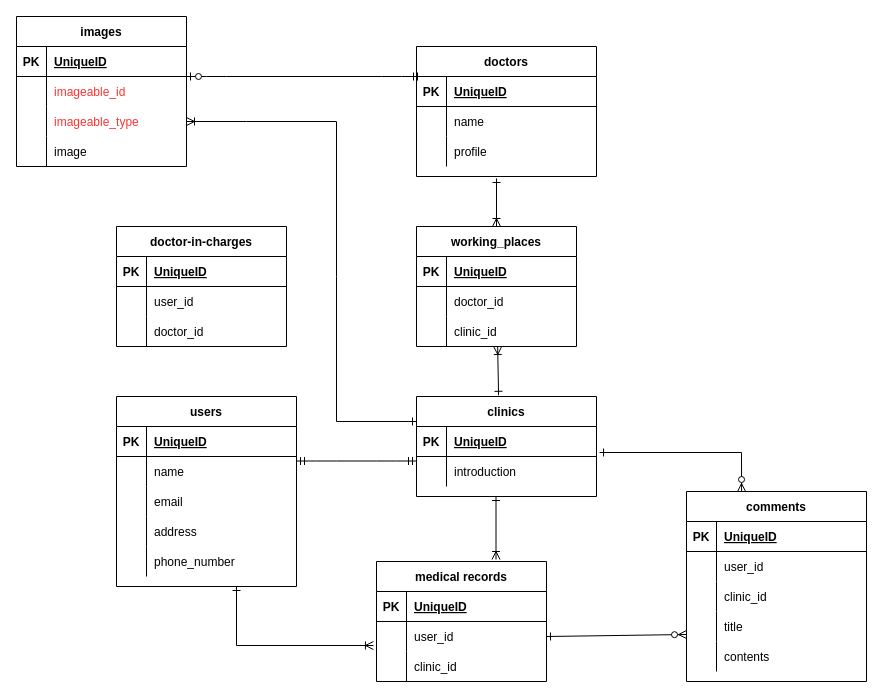
Before: page "help_doctor" (4 of 4) of Untitled Diagram.drawio in Sec-il-n/dic_guraduate_parts, a draw.io diagram. Source tidied: cells renumbered, new cells numbered last; positions are measured from the earlier drawing's top-left corner, leaving out a move shared by most shapes. Both pictures are drawn from the tidied source at 100%, with x=0, y=0 at pixel (16, 16).
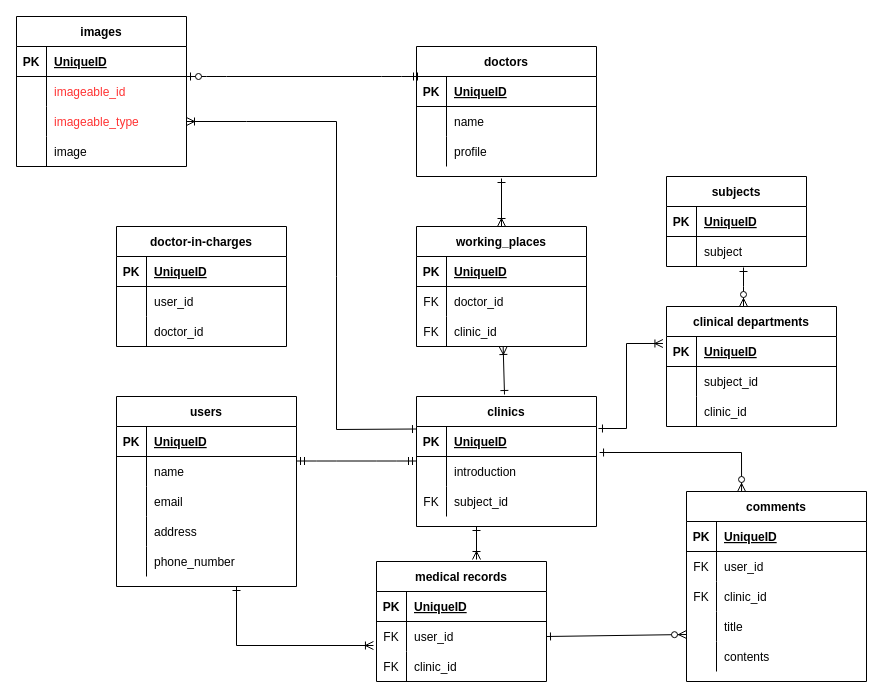
After the change.

Commit message:
Untitled Diagram.drawio を更新します

Unchanged cells that the change refers to:
```xml
<mxCell id="25" style="shape=partialRectangle;fillColor=none;top=0;left=0;bottom=0;right=0;points=[[0,0.5],[1,0.5]];portConstraint=eastwest;" parent="18" vertex="1">
  <mxGeometry y="90" width="170" height="30" as="geometry" />
</mxCell>
<mxCell id="32" style="shape=partialRectangle;fillColor=none;top=0;left=0;bottom=1;right=0;points=[[0,0.5],[1,0.5]];portConstraint=eastwest;" parent="31" vertex="1">
  <mxGeometry y="30" width="180" height="30" as="geometry" />
</mxCell>
<mxCell id="67" style="shape=partialRectangle;fillColor=none;top=0;left=0;bottom=0;right=0;points=[[0,0.5],[1,0.5]];portConstraint=eastwest;" parent="63" vertex="1">
  <mxGeometry y="60" width="170" height="30" as="geometry" />
</mxCell>
<mxCell id="70" style="shape=partialRectangle;fillColor=none;top=0;left=0;bottom=0;right=0;" parent="63" vertex="1">
  <mxGeometry y="90" width="170" height="30" as="geometry" />
</mxCell>
<mxCell id="89" style="shape=partialRectangle;fillColor=none;top=0;left=0;bottom=0;right=0;" parent="85" vertex="1">
  <mxGeometry y="60" width="180" height="30" as="geometry" />
</mxCell>
<mxCell id="92" style="shape=partialRectangle;fillColor=none;top=0;left=0;bottom=0;right=0;" parent="85" vertex="1">
  <mxGeometry y="90" width="180" height="30" as="geometry" />
</mxCell>
```

The edit, as a diff of the source:
```diff
@@
     <mxCell id="31" value="clinics" style="shape=table;startSize=30;childLayout=tableLayout;rowLines=0;fontStyle=1;align=center;" parent="1" vertex="1">
-      <mxGeometry x="400" y="380" width="180" height="100" as="geometry" />
+      <mxGeometry x="400" y="380" width="180" height="130" as="geometry" />
     </mxCell>
@@
+    <mxCell id="103" style="shape=partialRectangle;fillColor=none;top=0;left=0;bottom=0;right=0;" parent="31" vertex="1">
+      <mxGeometry y="90" width="180" height="30" as="geometry" />
+    </mxCell>
+    <mxCell id="104" value="FK" style="shape=partialRectangle;fillColor=none;top=0;left=0;bottom=0;right=0;overflow=hidden;" parent="103" vertex="1">
+      <mxGeometry width="30" height="30" as="geometry" />
+    </mxCell>
+    <mxCell id="105" value="subject_id" style="shape=partialRectangle;fillColor=none;top=0;left=0;bottom=0;right=0;align=left;spacingLeft=6;overflow=hidden;" parent="103" vertex="1">
+      <mxGeometry x="30" width="150" height="30" as="geometry" />
+    </mxCell>
@@
-    <mxCell id="48" style="endArrow=ERoneToMany;html=1;rounded=0;fontColor=#000000;endFill=0;startArrow=ERone;startFill=0;exitX=0.456;exitY=-0.012;exitDx=0;exitDy=0;exitPerimeter=0;" parent="1" edge="1" source="31" target="50">
-      <mxGeometry relative="1" as="geometry" />
+    <mxCell id="48" style="endArrow=ERoneToMany;html=1;rounded=0;fontColor=#000000;endFill=0;startArrow=ERone;startFill=0;" parent="1" edge="1" target="50">
+      <mxGeometry relative="1" as="geometry">
+        <mxPoint x="488" y="378" as="sourcePoint" />
+      </mxGeometry>
     </mxCell>
@@
     <mxCell id="50" value="working_places" style="shape=table;startSize=30;childLayout=tableLayout;rowLines=0;fontStyle=1;align=center;" parent="1" vertex="1">
-      <mxGeometry x="400" y="210" width="160" height="120" as="geometry" />
+      <mxGeometry x="400" y="210" width="170" height="120" as="geometry" />
     </mxCell>
     <mxCell id="51" style="shape=partialRectangle;fillColor=none;top=0;left=0;bottom=1;right=0;" parent="50" vertex="1">
-      <mxGeometry y="30" width="160" height="30" as="geometry" />
+      <mxGeometry y="30" width="170" height="30" as="geometry" />
     </mxCell>
@@
     <mxCell id="53" value="UniqueID" style="shape=partialRectangle;fillColor=none;top=0;left=0;bottom=0;right=0;align=left;spacingLeft=6;fontStyle=5;overflow=hidden;" parent="51" vertex="1">
-      <mxGeometry x="30" width="130" height="30" as="geometry" />
+      <mxGeometry x="30" width="140" height="30" as="geometry" />
     </mxCell>
     <mxCell id="54" style="shape=partialRectangle;fillColor=none;top=0;left=0;bottom=0;right=0;" parent="50" vertex="1">
-      <mxGeometry y="60" width="160" height="30" as="geometry" />
+      <mxGeometry y="60" width="170" height="30" as="geometry" />
     </mxCell>
-    <mxCell id="55" style="shape=partialRectangle;fillColor=none;top=0;left=0;bottom=0;right=0;overflow=hidden;" parent="54" vertex="1">
+    <mxCell id="55" value="FK" style="shape=partialRectangle;fillColor=none;top=0;left=0;bottom=0;right=0;overflow=hidden;" parent="54" vertex="1">
       <mxGeometry width="30" height="30" as="geometry" />
     </mxCell>
     <mxCell id="56" value="doctor_id" style="shape=partialRectangle;fillColor=none;top=0;left=0;bottom=0;right=0;align=left;spacingLeft=6;overflow=hidden;" parent="54" vertex="1">
-      <mxGeometry x="30" width="130" height="30" as="geometry" />
+      <mxGeometry x="30" width="140" height="30" as="geometry" />
     </mxCell>
     <mxCell id="57" style="shape=partialRectangle;fillColor=none;top=0;left=0;bottom=0;right=0;" parent="50" vertex="1">
-      <mxGeometry y="90" width="160" height="30" as="geometry" />
+      <mxGeometry y="90" width="170" height="30" as="geometry" />
     </mxCell>
-    <mxCell id="58" style="shape=partialRectangle;fillColor=none;top=0;left=0;bottom=0;right=0;overflow=hidden;" parent="57" vertex="1">
+    <mxCell id="58" value="FK" style="shape=partialRectangle;fillColor=none;top=0;left=0;bottom=0;right=0;overflow=hidden;" parent="57" vertex="1">
       <mxGeometry width="30" height="30" as="geometry" />
     </mxCell>
     <mxCell id="59" value="clinic_id" style="shape=partialRectangle;fillColor=none;top=0;left=0;bottom=0;right=0;align=left;spacingLeft=6;overflow=hidden;" parent="57" vertex="1">
-      <mxGeometry x="30" width="130" height="30" as="geometry" />
+      <mxGeometry x="30" width="140" height="30" as="geometry" />
     </mxCell>
     <mxCell id="60" style="endArrow=ERone;html=1;rounded=0;fontColor=#000000;endFill=0;startArrow=ERoneToMany;startFill=0;exitX=0.5;exitY=0;exitDx=0;exitDy=0;" parent="1" edge="1" source="50">
       <mxGeometry relative="1" as="geometry">
-        <mxPoint x="480" y="162" as="targetPoint" />
+        <mxPoint x="485" y="162" as="targetPoint" />
       </mxGeometry>
     </mxCell>
     <mxCell id="61" style="endArrow=ERoneToMany;html=1;rounded=0;fontColor=#000000;endFill=0;startArrow=ERone;startFill=0;entryX=1;entryY=0.5;entryDx=0;entryDy=0;exitX=0;exitY=0.25;exitDx=0;exitDy=0;" parent="1" edge="1" source="31" target="25">
       <mxGeometry relative="1" as="geometry">
         <Array as="points">
-          <mxPoint x="320" y="405" />
+          <mxPoint x="320" y="413" />
           <mxPoint x="320" y="260" />
           <mxPoint x="320" y="105" />
           <mxPoint x="230" y="105" />
         </Array>
       </mxGeometry>
     </mxCell>
@@
-    <mxCell id="68" style="shape=partialRectangle;fillColor=none;top=0;left=0;bottom=0;right=0;overflow=hidden;" parent="67" vertex="1">
+    <mxCell id="68" value="FK" style="shape=partialRectangle;fillColor=none;top=0;left=0;bottom=0;right=0;overflow=hidden;" parent="67" vertex="1">
       <mxGeometry width="30" height="30" as="geometry" />
     </mxCell>
@@
-    <mxCell id="71" style="shape=partialRectangle;fillColor=none;top=0;left=0;bottom=0;right=0;overflow=hidden;" parent="70" vertex="1">
+    <mxCell id="71" value="FK" style="shape=partialRectangle;fillColor=none;top=0;left=0;bottom=0;right=0;overflow=hidden;" parent="70" vertex="1">
       <mxGeometry width="30" height="30" as="geometry" />
     </mxCell>
@@
     <mxCell id="84" style="endArrow=ERoneToMany;html=1;rounded=0;fontColor=#000000;endFill=0;startArrow=ERone;startFill=0;" parent="1" edge="1">
       <mxGeometry relative="1" as="geometry">
-        <mxPoint x="479.5" y="480" as="sourcePoint" />
-        <mxPoint x="479.5" y="543" as="targetPoint" />
+        <mxPoint x="460" y="510" as="sourcePoint" />
+        <mxPoint x="460" y="543" as="targetPoint" />
       </mxGeometry>
     </mxCell>
@@
-    <mxCell id="90" style="shape=partialRectangle;fillColor=none;top=0;left=0;bottom=0;right=0;overflow=hidden;" parent="89" vertex="1">
+    <mxCell id="90" value="FK" style="shape=partialRectangle;fillColor=none;top=0;left=0;bottom=0;right=0;overflow=hidden;" parent="89" vertex="1">
       <mxGeometry width="30" height="30" as="geometry" />
     </mxCell>
@@
-    <mxCell id="93" style="shape=partialRectangle;fillColor=none;top=0;left=0;bottom=0;right=0;overflow=hidden;" parent="92" vertex="1">
+    <mxCell id="93" value="FK" style="shape=partialRectangle;fillColor=none;top=0;left=0;bottom=0;right=0;overflow=hidden;" parent="92" vertex="1">
       <mxGeometry width="30" height="30" as="geometry" />
     </mxCell>
@@
+    <mxCell id="106" value="clinical departments" style="shape=table;startSize=30;childLayout=tableLayout;rowLines=0;fontStyle=1;align=center;strokeColor=#000000;fillColor=#FFFFFF;fontColor=#000000;" parent="1" vertex="1">
+      <mxGeometry x="650" y="290" width="170" height="120" as="geometry" />
+    </mxCell>
+    <mxCell id="107" style="shape=partialRectangle;fillColor=none;top=0;left=0;bottom=1;right=0;points=[[0,0.5],[1,0.5]];portConstraint=eastwest;" parent="106" vertex="1">
+      <mxGeometry y="30" width="170" height="30" as="geometry" />
+    </mxCell>
+    <mxCell id="108" value="PK" style="shape=partialRectangle;fillColor=none;top=0;left=0;bottom=0;right=0;fontStyle=1;overflow=hidden;" parent="107" vertex="1">
+      <mxGeometry width="30" height="30" as="geometry" />
+    </mxCell>
+    <mxCell id="109" value="UniqueID" style="shape=partialRectangle;fillColor=none;top=0;left=0;bottom=0;right=0;align=left;spacingLeft=6;fontStyle=5;overflow=hidden;" parent="107" vertex="1">
+      <mxGeometry x="30" width="140" height="30" as="geometry" />
+    </mxCell>
+    <mxCell id="110" style="shape=partialRectangle;fillColor=none;top=0;left=0;bottom=0;right=0;" parent="106" vertex="1">
+      <mxGeometry y="60" width="170" height="30" as="geometry" />
+    </mxCell>
+    <mxCell id="111" style="shape=partialRectangle;fillColor=none;top=0;left=0;bottom=0;right=0;overflow=hidden;" parent="110" vertex="1">
+      <mxGeometry width="30" height="30" as="geometry" />
+    </mxCell>
+    <mxCell id="112" value=" subject_id" style="shape=partialRectangle;fillColor=none;top=0;left=0;bottom=0;right=0;align=left;spacingLeft=6;overflow=hidden;" parent="110" vertex="1">
+      <mxGeometry x="30" width="140" height="30" as="geometry" />
+    </mxCell>
+    <mxCell id="113" style="shape=partialRectangle;fillColor=none;top=0;left=0;bottom=0;right=0;" parent="106" vertex="1">
+      <mxGeometry y="90" width="170" height="30" as="geometry" />
+    </mxCell>
+    <mxCell id="114" style="shape=partialRectangle;fillColor=none;top=0;left=0;bottom=0;right=0;overflow=hidden;" parent="113" vertex="1">
+      <mxGeometry width="30" height="30" as="geometry" />
+    </mxCell>
+    <mxCell id="115" value="clinic_id" style="shape=partialRectangle;fillColor=none;top=0;left=0;bottom=0;right=0;align=left;spacingLeft=6;overflow=hidden;" parent="113" vertex="1">
+      <mxGeometry x="30" width="140" height="30" as="geometry" />
+    </mxCell>
+    <mxCell id="116" style="endArrow=ERone;html=1;rounded=0;fontColor=#000000;endFill=0;startArrow=ERoneToMany;startFill=0;entryX=1.011;entryY=0.067;entryDx=0;entryDy=0;entryPerimeter=0;exitX=-0.021;exitY=0.233;exitDx=0;exitDy=0;exitPerimeter=0;" parent="1" edge="1" source="107" target="32">
+      <mxGeometry relative="1" as="geometry">
+        <Array as="points">
+          <mxPoint x="610" y="327" />
+          <mxPoint x="610" y="412" />
+        </Array>
+      </mxGeometry>
+    </mxCell>
+    <mxCell id="117" value="subjects" style="shape=table;startSize=30;childLayout=tableLayout;rowLines=0;fontStyle=1;align=center;strokeColor=#000000;fillColor=#FFFFFF;fontColor=#000000;" parent="1" vertex="1">
+      <mxGeometry x="650" y="160" width="140" height="90" as="geometry" />
+    </mxCell>
+    <mxCell id="118" style="shape=partialRectangle;fillColor=none;top=0;left=0;bottom=1;right=0;" parent="117" vertex="1">
+      <mxGeometry y="30" width="140" height="30" as="geometry" />
+    </mxCell>
+    <mxCell id="119" value="PK" style="shape=partialRectangle;fillColor=none;top=0;left=0;bottom=0;right=0;fontStyle=1;overflow=hidden;" parent="118" vertex="1">
+      <mxGeometry width="30" height="30" as="geometry" />
+    </mxCell>
+    <mxCell id="120" value="UniqueID" style="shape=partialRectangle;fillColor=none;top=0;left=0;bottom=0;right=0;align=left;spacingLeft=6;fontStyle=5;overflow=hidden;" parent="118" vertex="1">
+      <mxGeometry x="30" width="110" height="30" as="geometry" />
+    </mxCell>
+    <mxCell id="121" style="shape=partialRectangle;fillColor=none;top=0;left=0;bottom=0;right=0;" parent="117" vertex="1">
+      <mxGeometry y="60" width="140" height="30" as="geometry" />
+    </mxCell>
+    <mxCell id="122" style="shape=partialRectangle;fillColor=none;top=0;left=0;bottom=0;right=0;overflow=hidden;" parent="121" vertex="1">
+      <mxGeometry width="30" height="30" as="geometry" />
+    </mxCell>
+    <mxCell id="123" value=" subject" style="shape=partialRectangle;fillColor=none;top=0;left=0;bottom=0;right=0;align=left;spacingLeft=6;overflow=hidden;" parent="121" vertex="1">
+      <mxGeometry x="30" width="110" height="30" as="geometry" />
+    </mxCell>
+    <mxCell id="124" style="endArrow=ERzeroToMany;html=1;rounded=0;fontColor=#000000;endFill=1;startArrow=ERone;startFill=0;entryX=0.453;entryY=0;entryDx=0;entryDy=0;entryPerimeter=0;" parent="1" edge="1" target="106">
+      <mxGeometry relative="1" as="geometry">
+        <mxPoint x="727" y="251" as="sourcePoint" />
+        <Array as="points">
+          <mxPoint x="727" y="270" />
+        </Array>
+      </mxGeometry>
+    </mxCell>
```
